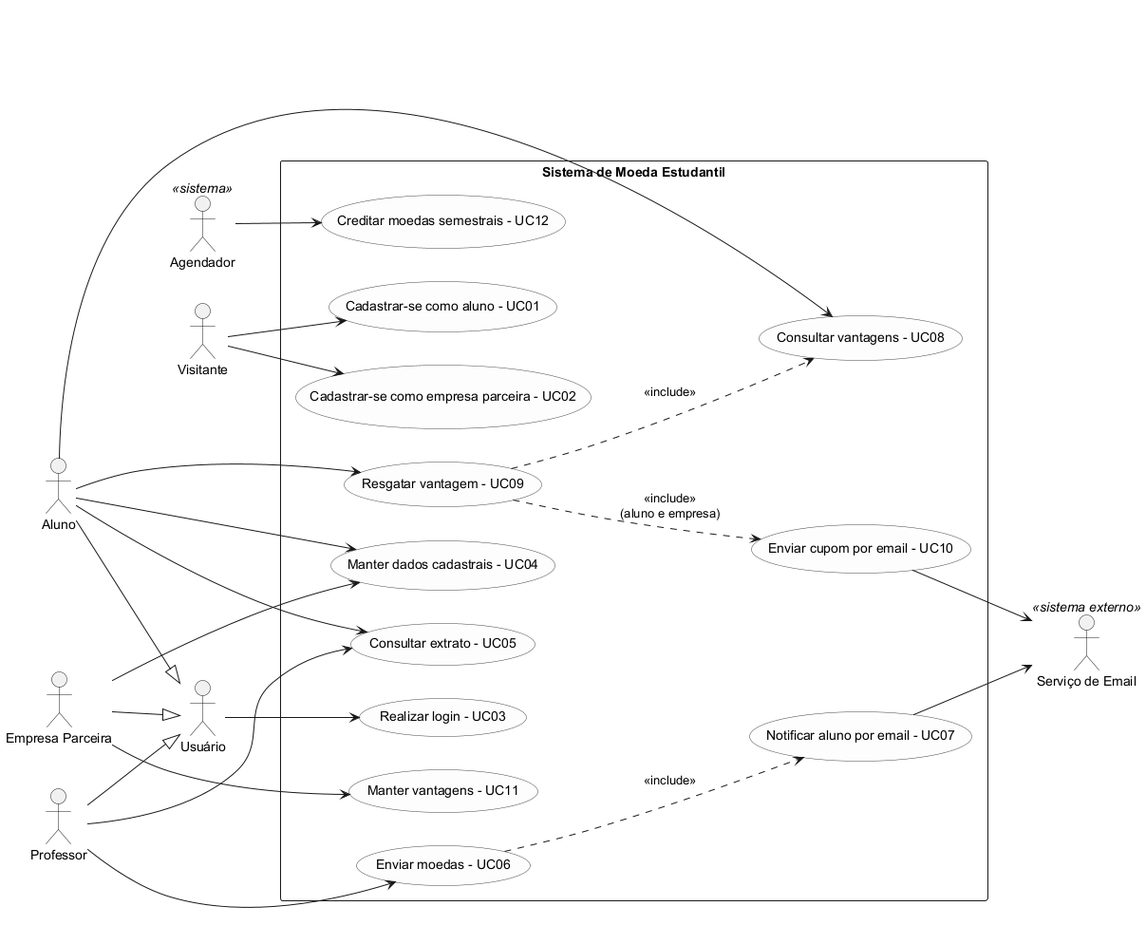
Earlier version of the PlantUML export docs/diagramas/casos_de_uso_moeda.png (pazzutti/lab03-sistema-moeda-estudantil).
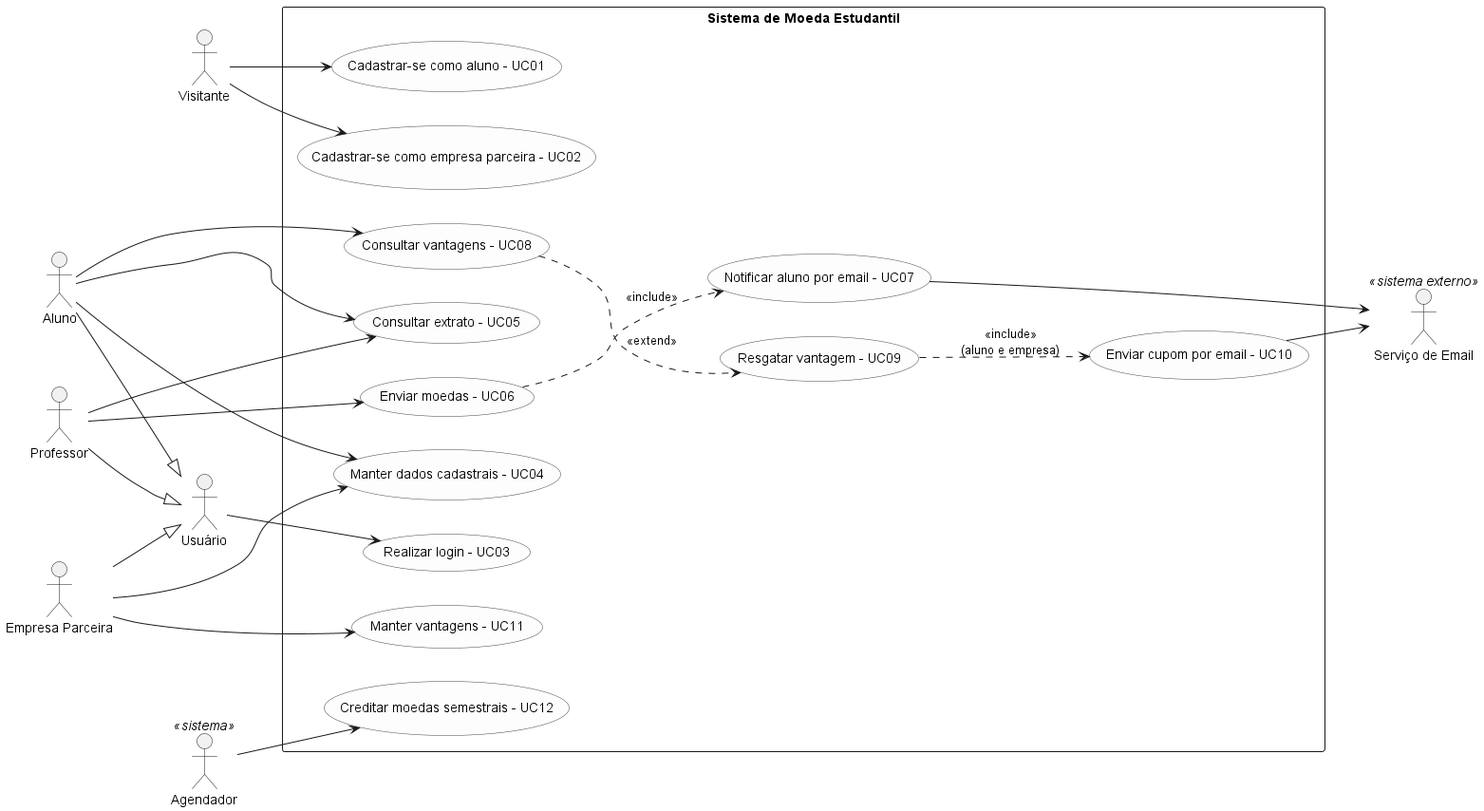
After the commit.

Commit message:
docs: ajustar casos de uso de acordo com feedback professor

What changed in the source:
```diff
@@ -31,8 +31,8 @@
   usecase "Enviar moedas - UC06" as UC06
   usecase "Notificar aluno por email - UC07" as UC07
 
+  usecase "Resgatar vantagem - UC09" as UC09
   usecase "Consultar vantagens - UC08" as UC08
-  usecase "Resgatar vantagem - UC09" as UC09
   usecase "Enviar cupom por email - UC10" as UC10
   usecase "Manter vantagens - UC11" as UC11
 
@@ -46,7 +46,6 @@
 Aluno --> UC04
 Aluno --> UC05
 Aluno --> UC08
-Aluno --> UC09
 
 Professor --> UC05
 Professor --> UC06
@@ -59,8 +58,8 @@
 UC07 --> Email
 UC10 --> Email
 
+UC08 ..> UC09 : <<extend>>
 UC06 ..> UC07 : <<include>>
-UC09 ..> UC08 : <<include>>
 UC09 ..> UC10 : <<include>>\n(aluno e empresa)
 
 @enduml
```
